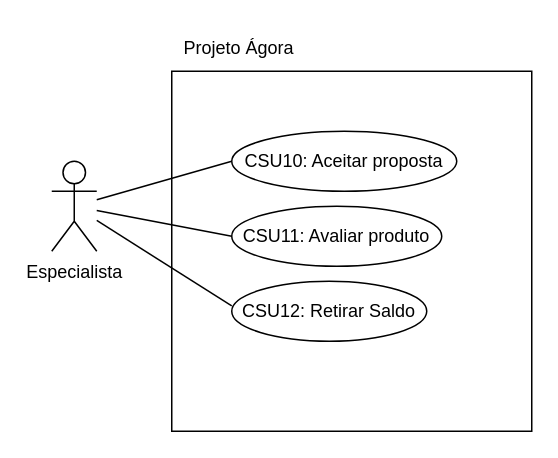
luca-moraes/projetoEngenhariaSoftware keeps this draw.io diagram as page "EspecialistaUseCases" (3 of 3) of Diagrams/UseCases.drawio. Above is the earlier version. Source tidied: cells renumbered, new cells numbered last; positions are measured from the earlier drawing's top-left corner, leaving out a move shared by most shapes. Both pictures are drawn from the tidied source at 150%, with x=0, y=0 at pixel (51, 26).
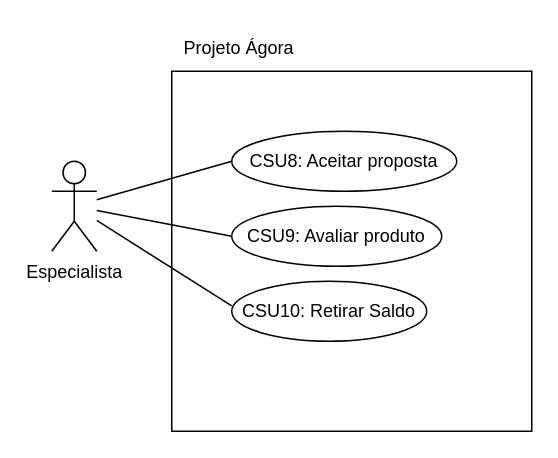
The same diagram, later.

What changed in the source:
```diff
@@
 <mxGraphModel>
   <root>
     <mxCell id="0" />
     <mxCell id="1" parent="0" />
     <mxCell id="2" value="Especialista" style="shape=umlActor;verticalLabelPosition=bottom;verticalAlign=top;html=1;outlineConnect=0;fillColor=none;" parent="1" vertex="1">
       <mxGeometry y="90" width="30" height="60" as="geometry" />
     </mxCell>
     <mxCell id="3" style="whiteSpace=wrap;html=1;fillColor=none;" parent="1" vertex="1">
       <mxGeometry x="80" y="30" width="240" height="240" as="geometry" />
     </mxCell>
-    <mxCell id="4" value="CSU10: Aceitar proposta" style="ellipse;whiteSpace=wrap;html=1;fillColor=none;" parent="1" vertex="1">
+    <mxCell id="4" value="CSU8: Aceitar proposta" style="ellipse;whiteSpace=wrap;html=1;fillColor=none;" parent="1" vertex="1">
       <mxGeometry x="120" y="70" width="150" height="40" as="geometry" />
     </mxCell>
     <mxCell id="5" style="endArrow=none;html=1;rounded=0;entryX=0;entryY=0.5;entryDx=0;entryDy=0;" parent="1" edge="1" source="2" target="4">
       <mxGeometry relative="1" as="geometry" />
     </mxCell>
-    <mxCell id="6" value="CSU11: Avaliar produto" style="ellipse;whiteSpace=wrap;html=1;fillColor=none;" parent="1" vertex="1">
+    <mxCell id="6" value="CSU9: Avaliar produto" style="ellipse;whiteSpace=wrap;html=1;fillColor=none;" parent="1" vertex="1">
       <mxGeometry x="120" y="120" width="140" height="40" as="geometry" />
     </mxCell>
     <mxCell id="7" style="endArrow=none;html=1;rounded=0;entryX=0;entryY=0.5;entryDx=0;entryDy=0;" parent="1" edge="1" source="2" target="6">
       <mxGeometry relative="1" as="geometry" />
     </mxCell>
-    <mxCell id="8" value="CSU12: Retirar Saldo" style="ellipse;whiteSpace=wrap;html=1;fillColor=none;" parent="1" vertex="1">
+    <mxCell id="8" value="CSU10: Retirar Saldo" style="ellipse;whiteSpace=wrap;html=1;fillColor=none;" parent="1" vertex="1">
       <mxGeometry x="120" y="170" width="130" height="40" as="geometry" />
     </mxCell>
     <mxCell id="9" style="endArrow=none;html=1;rounded=0;exitX=0;exitY=0.411;exitDx=0;exitDy=0;exitPerimeter=0;" parent="1" edge="1" source="8" target="2">
       <mxGeometry relative="1" as="geometry" />
     </mxCell>
     <mxCell id="10" value="Projeto Ágora" style="text;html=1;strokeColor=none;fillColor=none;align=center;verticalAlign=middle;whiteSpace=wrap;rounded=0;" parent="1" vertex="1">
       <mxGeometry x="80" width="90" height="30" as="geometry" />
     </mxCell>
   </root>
 </mxGraphModel>
```
